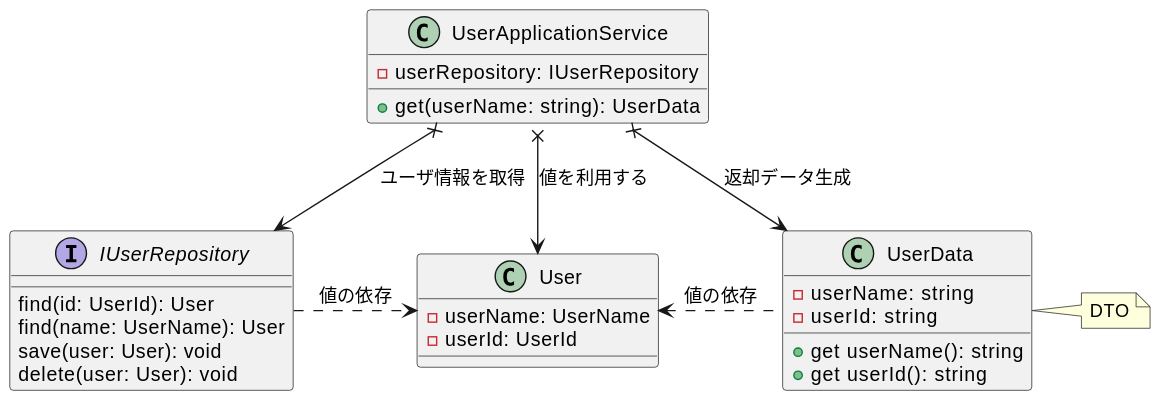
This is diagrams/ch06-get-user.svg from Yuki-TU/ddd, a PlantUML export, as it was before one commit.
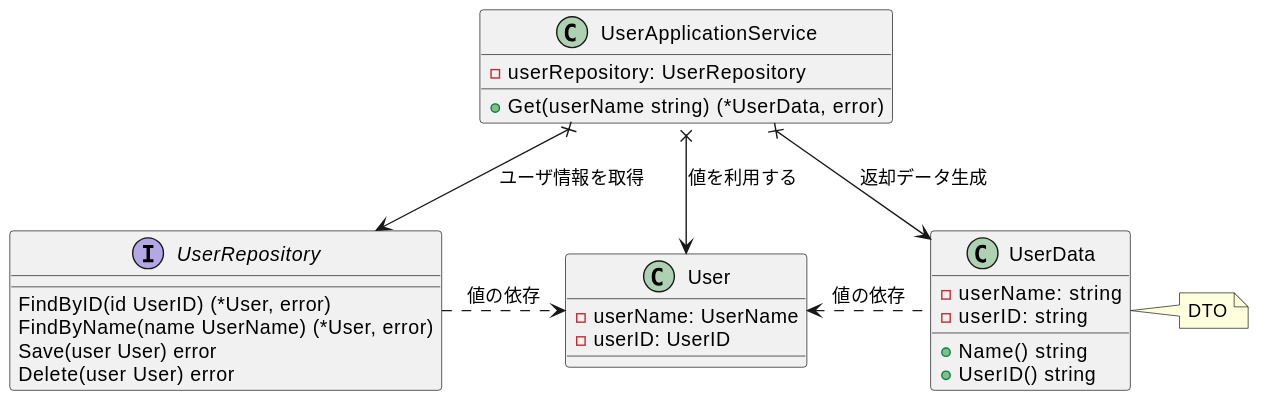
Above is the later version.

The edit, as a diff of the source:
```diff
@@ -1,32 +1,32 @@
 @startuml
 UserApplicationService x--> UserData: 返却データ生成
 UserApplicationService x--> User: 値を利用する
-UserApplicationService x--> IUserRepository: ユーザ情報を取得
-IUserRepository .> User: 値の依存
+UserApplicationService x--> UserRepository: ユーザ情報を取得
+UserRepository .> User: 値の依存
 User <. UserData: 値の依存
 
 class User {
   - userName: UserName
-  - userId: UserId
+  - userID: UserID
 }
 class UserData {
   - userName: string
-  - userId: string
-  + get userName(): string
-  + get userId(): string
+  - userID: string
+  + Name() string
+  + UserID() string
 }
 note right
 DTO
 endnote
 
 class UserApplicationService {
-  - userRepository: IUserRepository
-  + get(userName: string): UserData
+  - userRepository: UserRepository
+  + Get(userName string) (*UserData, error)
 }
-interface IUserRepository {
-  find(id: UserId): User
-  find(name: UserName): User
-  save(user: User): void
-  delete(user: User): void
+interface UserRepository {
+  FindByID(id UserID) (*User, error)
+  FindByName(name UserName) (*User, error)
+  Save(user User) error
+  Delete(user User) error
 }
 @enduml
```
